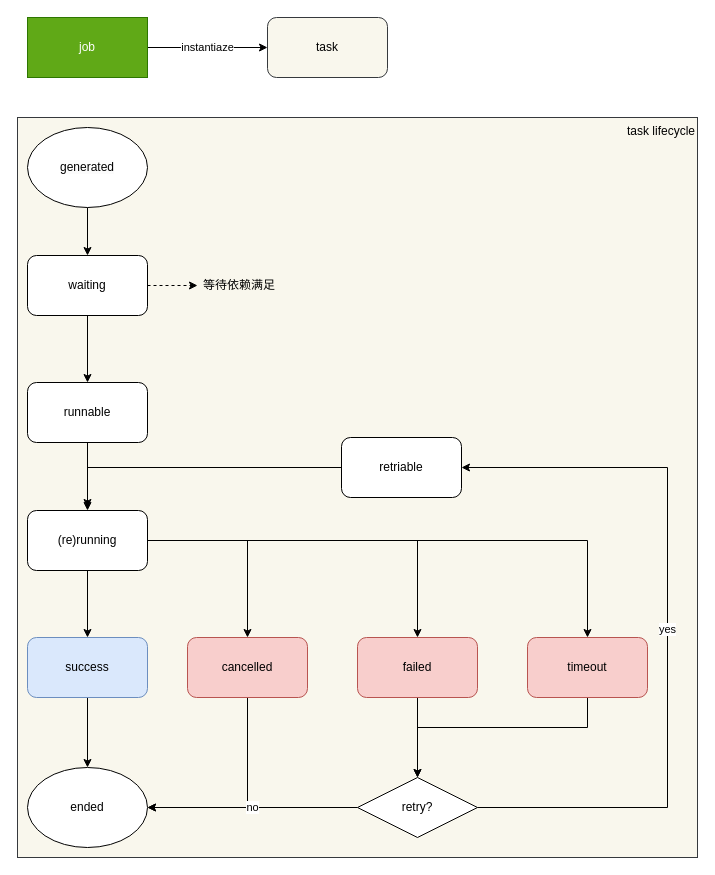
Earlier version of the draw.io diagram page "job lifecycle" (2 of 3) of simple-scheduler.drawio (gabrywu/drawio-dag). Source tidied: cells renumbered, new cells numbered last; positions are measured from the earlier drawing's top-left corner, leaving out a move shared by most shapes. Both pictures are drawn from the tidied source at 100%, with x=0, y=0 at pixel (17, 17).
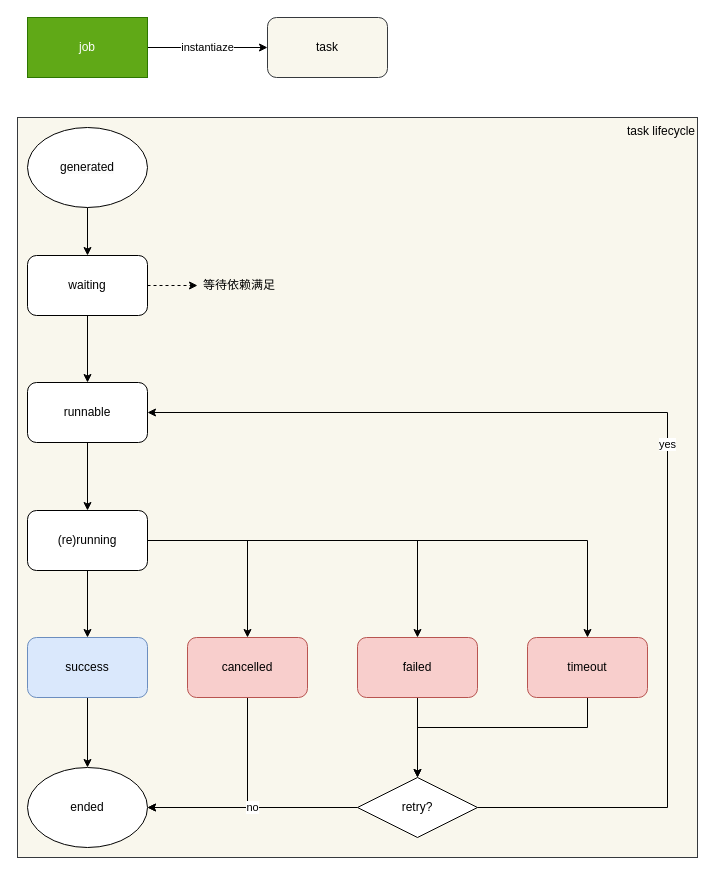
After the change.

Unchanged cells that the change refers to:
```xml
<mxCell id="11" value="runnable" style="rounded=1;whiteSpace=wrap;html=1;" parent="1" vertex="1">
  <mxGeometry x="10" y="365" width="120" height="60" as="geometry" />
</mxCell>
<mxCell id="29" value="retry?" style="rhombus;whiteSpace=wrap;html=1;" parent="1" vertex="1">
  <mxGeometry x="340" y="760" width="120" height="60" as="geometry" />
</mxCell>
```

What changed in the source:
```diff
@@
-    <mxCell id="27" style="edgeStyle=orthogonalEdgeStyle;rounded=0;jettySize=auto;html=1;exitX=0;exitY=0.5;exitDx=0;exitDy=0;" parent="1" edge="1" source="31">
-      <mxGeometry relative="1" as="geometry">
-        <mxPoint x="70" y="490" as="targetPoint" />
-        <Array as="points">
-          <mxPoint x="324" y="450" />
-          <mxPoint x="70" y="450" />
-        </Array>
-      </mxGeometry>
-    </mxCell>
-    <mxCell id="28" value="yes" style="edgeStyle=orthogonalEdgeStyle;rounded=0;jettySize=auto;html=1;entryX=1;entryY=0.5;entryDx=0;entryDy=0;" parent="1" edge="1" source="29" target="31">
+    <mxCell id="28" value="yes" style="edgeStyle=orthogonalEdgeStyle;rounded=0;jettySize=auto;html=1;entryX=1;entryY=0.5;entryDx=0;entryDy=0;" parent="1" edge="1" source="29" target="11">
       <mxGeometry relative="1" as="geometry">
         <Array as="points">
           <mxPoint x="650" y="790" />
-          <mxPoint x="650" y="450" />
+          <mxPoint x="650" y="395" />
         </Array>
       </mxGeometry>
     </mxCell>
@@
-    <mxCell id="31" value="retriable" style="rounded=1;whiteSpace=wrap;html=1;" parent="1" vertex="1">
-      <mxGeometry x="324" y="420" width="120" height="60" as="geometry" />
-    </mxCell>
```
